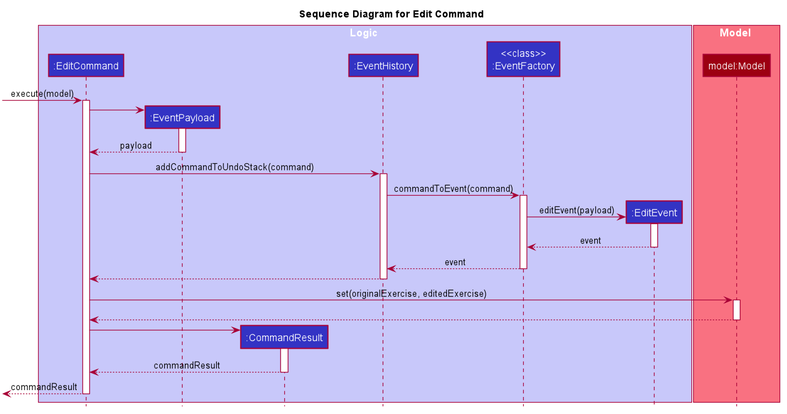
garylyp/main keeps this PlantUML diagram as docs/images/UndoableCommandSequenceDiagram.png. Above is the earlier version.
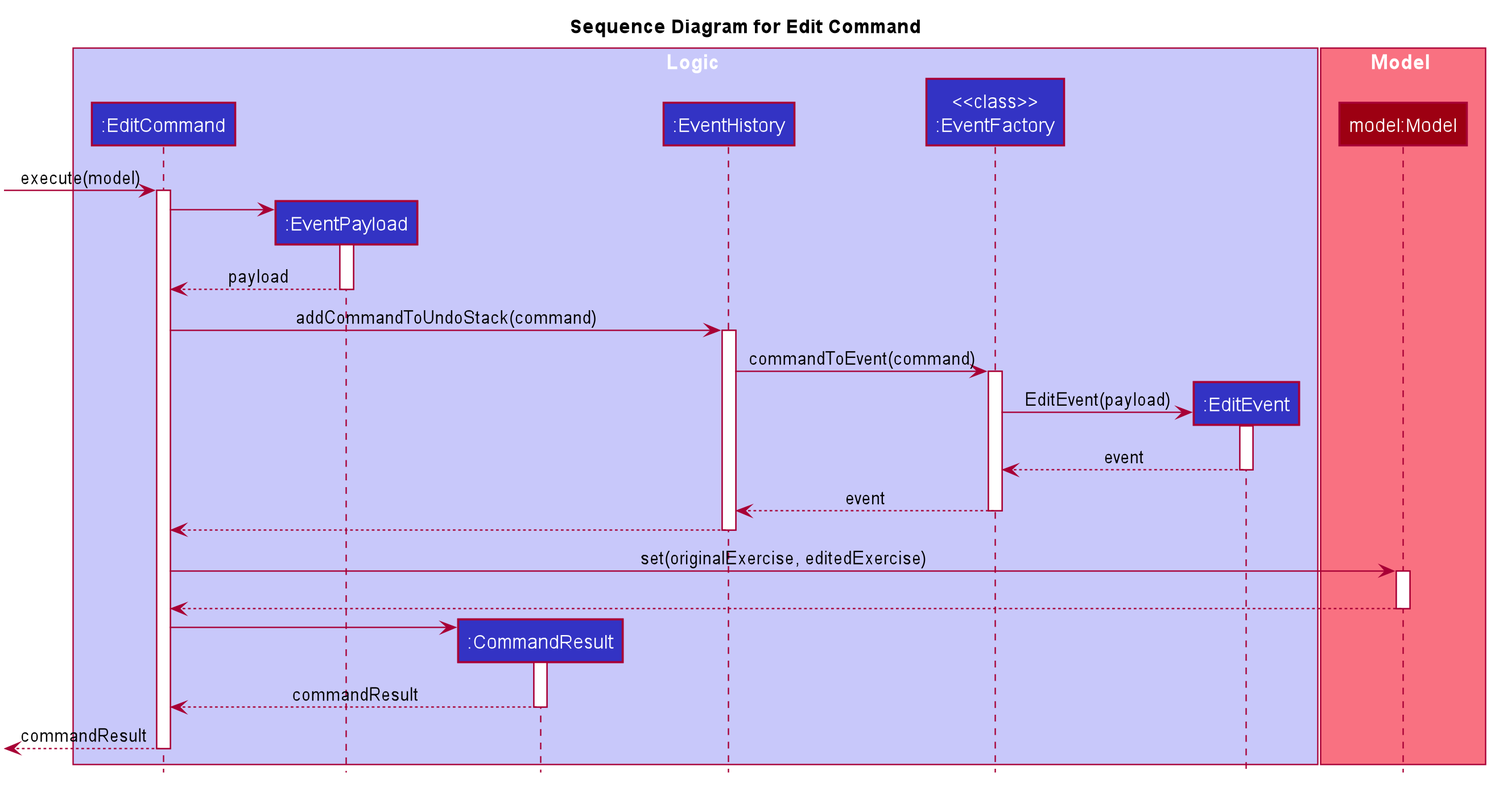
After the commit.

What changed in the source:
```diff
@@ -80,7 +80,7 @@
         activate EventFactory
 
             create EditEvent
-            EventFactory -> EditEvent : editEvent(payload)
+            EventFactory -> EditEvent : EditEvent(payload)
             activate EditEvent
 
 
```
